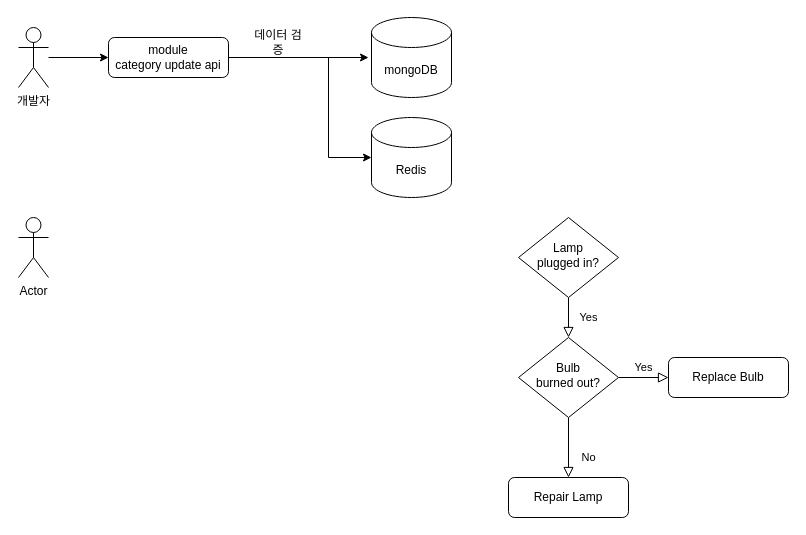
The draw.io diagram category-api Diagram.drawio in sjhsjh721/gnb-test, before the edit. Source tidied: cells renumbered, new cells numbered last; positions are measured from the earlier drawing's top-left corner, leaving out a move shared by most shapes. Both pictures are drawn from the tidied source at 100%, with x=0, y=0 at pixel (18, 17).
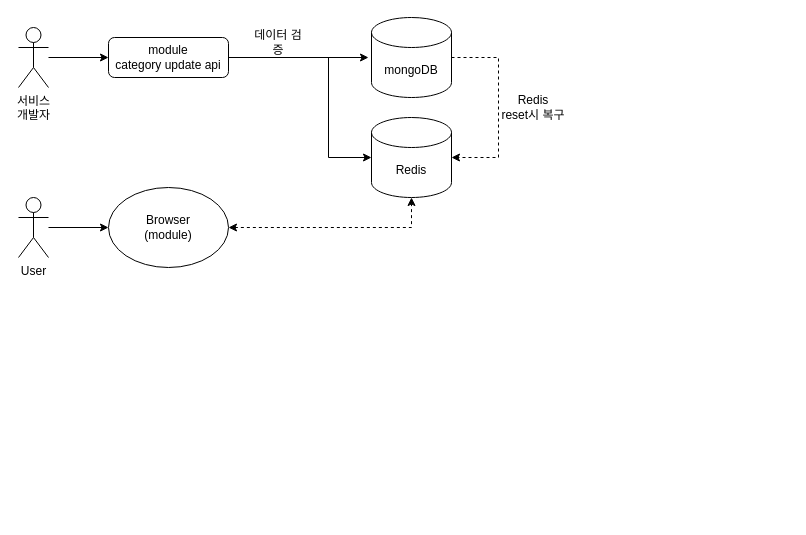
The same diagram, later.

The change refers to these unchanged cells:
```xml
<mxCell id="14" value="mongoDB" style="shape=cylinder3;whiteSpace=wrap;html=1;boundedLbl=1;backgroundOutline=1;size=15;" parent="1" vertex="1">
  <mxGeometry x="353" width="80" height="80" as="geometry" />
</mxCell>
<mxCell id="16" value="Redis" style="shape=cylinder3;whiteSpace=wrap;html=1;boundedLbl=1;backgroundOutline=1;size=15;" parent="1" vertex="1">
  <mxGeometry x="353" y="100" width="80" height="80" as="geometry" />
</mxCell>
```

Diff of the diagram source:
```diff
@@
-    <mxCell id="3" value="Yes" style="rounded=0;html=1;jettySize=auto;fontSize=11;endArrow=block;endFill=0;endSize=8;strokeWidth=1;shadow=0;labelBackgroundColor=none;edgeStyle=orthogonalEdgeStyle;" parent="1" edge="1" source="4" target="7">
-      <mxGeometry y="20" relative="1" as="geometry" />
-    </mxCell>
-    <mxCell id="4" value="Lamp&lt;br&gt;plugged in?" style="rhombus;whiteSpace=wrap;html=1;shadow=0;fontFamily=Helvetica;fontSize=12;align=center;strokeWidth=1;spacing=6;spacingTop=-4;" parent="1" vertex="1">
-      <mxGeometry x="500" y="200" width="100" height="80" as="geometry" />
-    </mxCell>
-    <mxCell id="5" value="No" style="rounded=0;html=1;jettySize=auto;fontSize=11;endArrow=block;endFill=0;endSize=8;strokeWidth=1;shadow=0;labelBackgroundColor=none;edgeStyle=orthogonalEdgeStyle;" parent="1" edge="1" source="7" target="8">
-      <mxGeometry x="0.33" y="20" relative="1" as="geometry" />
-    </mxCell>
-    <mxCell id="6" value="Yes" style="edgeStyle=orthogonalEdgeStyle;rounded=0;html=1;jettySize=auto;fontSize=11;endArrow=block;endFill=0;endSize=8;strokeWidth=1;shadow=0;labelBackgroundColor=none;" parent="1" edge="1" source="7" target="9">
-      <mxGeometry y="10" relative="1" as="geometry" />
-    </mxCell>
-    <mxCell id="7" value="Bulb&lt;br&gt;burned out?" style="rhombus;whiteSpace=wrap;html=1;shadow=0;fontFamily=Helvetica;fontSize=12;align=center;strokeWidth=1;spacing=6;spacingTop=-4;" parent="1" vertex="1">
-      <mxGeometry x="500" y="320" width="100" height="80" as="geometry" />
-    </mxCell>
-    <mxCell id="8" value="Repair Lamp" style="rounded=1;whiteSpace=wrap;html=1;fontSize=12;glass=0;strokeWidth=1;shadow=0;" parent="1" vertex="1">
-      <mxGeometry x="490" y="460" width="120" height="40" as="geometry" />
-    </mxCell>
-    <mxCell id="9" value="Replace Bulb" style="rounded=1;whiteSpace=wrap;html=1;fontSize=12;glass=0;strokeWidth=1;shadow=0;" parent="1" vertex="1">
-      <mxGeometry x="650" y="340" width="120" height="40" as="geometry" />
-    </mxCell>
@@
-    <mxCell id="11" value="개발자" style="shape=umlActor;verticalLabelPosition=bottom;verticalAlign=top;html=1;outlineConnect=0;" parent="1" vertex="1">
+    <mxCell id="11" value="서비스&lt;br&gt;개발자" style="shape=umlActor;verticalLabelPosition=bottom;verticalAlign=top;html=1;outlineConnect=0;" parent="1" vertex="1">
       <mxGeometry y="10" width="30" height="60" as="geometry" />
     </mxCell>
-    <mxCell id="12" value="Actor" style="shape=umlActor;verticalLabelPosition=bottom;verticalAlign=top;html=1;" parent="1" vertex="1">
-      <mxGeometry y="200" width="30" height="60" as="geometry" />
+    <mxCell id="12" value="User" style="shape=umlActor;verticalLabelPosition=bottom;verticalAlign=top;html=1;" parent="1" vertex="1">
+      <mxGeometry y="180" width="30" height="60" as="geometry" />
     </mxCell>
@@
+    <mxCell id="18" style="edgeStyle=segmentEdgeStyle;endArrow=classic;html=1;rounded=0;exitX=1;exitY=0.5;exitDx=0;exitDy=0;exitPerimeter=0;entryX=1;entryY=0.5;entryDx=0;entryDy=0;entryPerimeter=0;dashed=1;" parent="1" edge="1" source="14" target="16">
+      <mxGeometry relative="1" as="geometry">
+        <Array as="points">
+          <mxPoint x="480" y="40" />
+          <mxPoint x="480" y="140" />
+        </Array>
+      </mxGeometry>
+    </mxCell>
+    <mxCell id="19" value="Redis &lt;br&gt;reset시 복구" style="text;html=1;strokeColor=none;fillColor=none;align=center;verticalAlign=middle;whiteSpace=wrap;rounded=0;" parent="1" vertex="1">
+      <mxGeometry x="480" y="70" width="70" height="40" as="geometry" />
+    </mxCell>
+    <mxCell id="20" style="edgeStyle=orthogonalEdgeStyle;rounded=0;orthogonalLoop=1;jettySize=auto;html=1;" parent="1" edge="1">
+      <mxGeometry relative="1" as="geometry">
+        <mxPoint x="30" y="210" as="sourcePoint" />
+        <mxPoint x="90" y="210" as="targetPoint" />
+        <Array as="points">
+          <mxPoint x="30" y="210" />
+          <mxPoint x="30" y="210" />
+        </Array>
+      </mxGeometry>
+    </mxCell>
+    <mxCell id="21" value="Browser&lt;br&gt;(module)" style="ellipse;whiteSpace=wrap;html=1;" parent="1" vertex="1">
+      <mxGeometry x="90" y="170" width="120" height="80" as="geometry" />
+    </mxCell>
+    <mxCell id="22" style="endArrow=classic;startArrow=classic;html=1;rounded=0;dashed=1;edgeStyle=orthogonalEdgeStyle;exitX=1;exitY=0.5;exitDx=0;exitDy=0;entryX=0.5;entryY=1;entryDx=0;entryDy=0;entryPerimeter=0;" parent="1" edge="1" source="21" target="16">
+      <mxGeometry relative="1" as="geometry" />
+    </mxCell>
```
